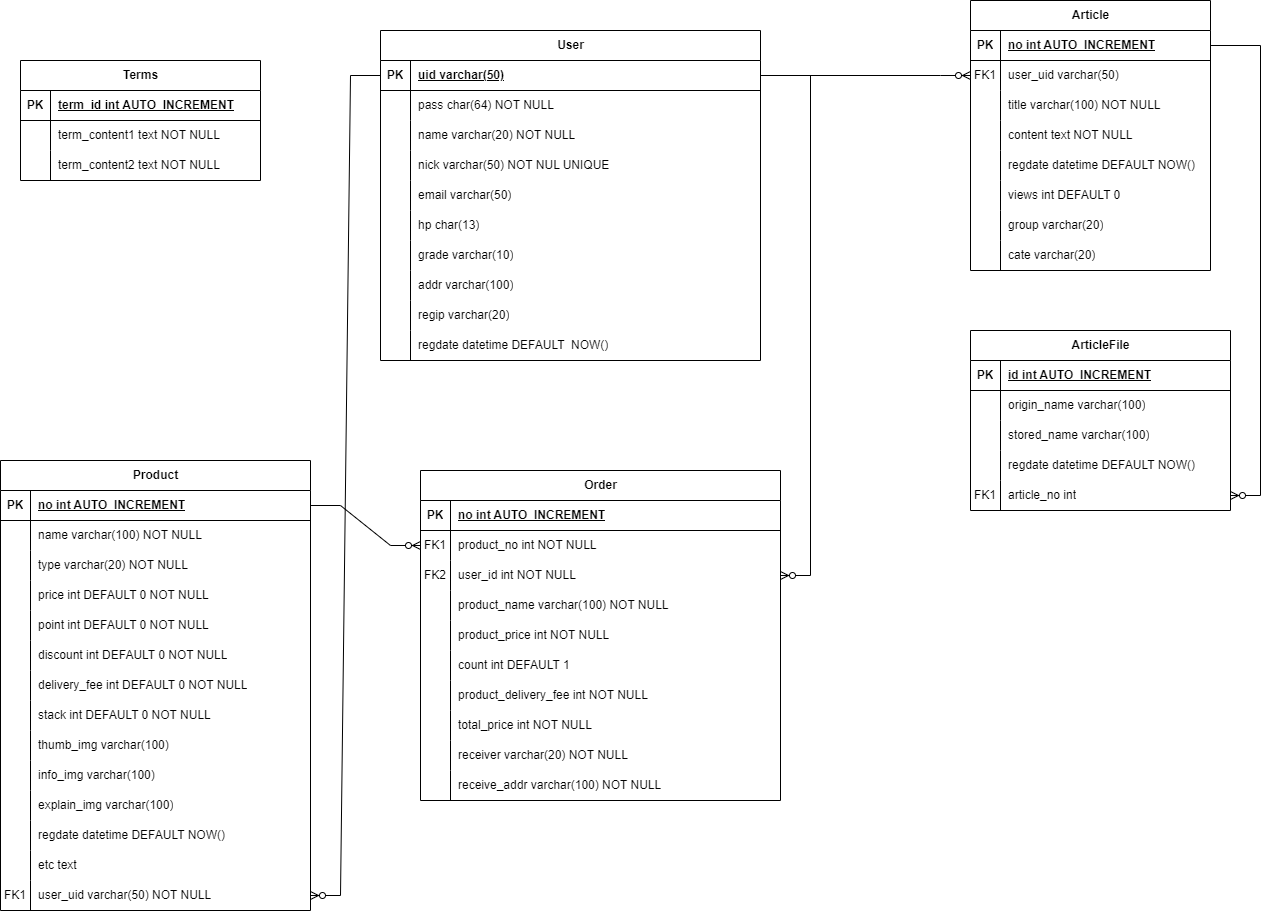
Before: Farmstory_JSP/docs/FarmStory.drawio.png, a diagram exported from draw.io (Dangi90/team5). Source tidied: cells renumbered, new cells last; positions are measured from the earlier drawing's top-left corner, leaving out a move shared by most shapes.
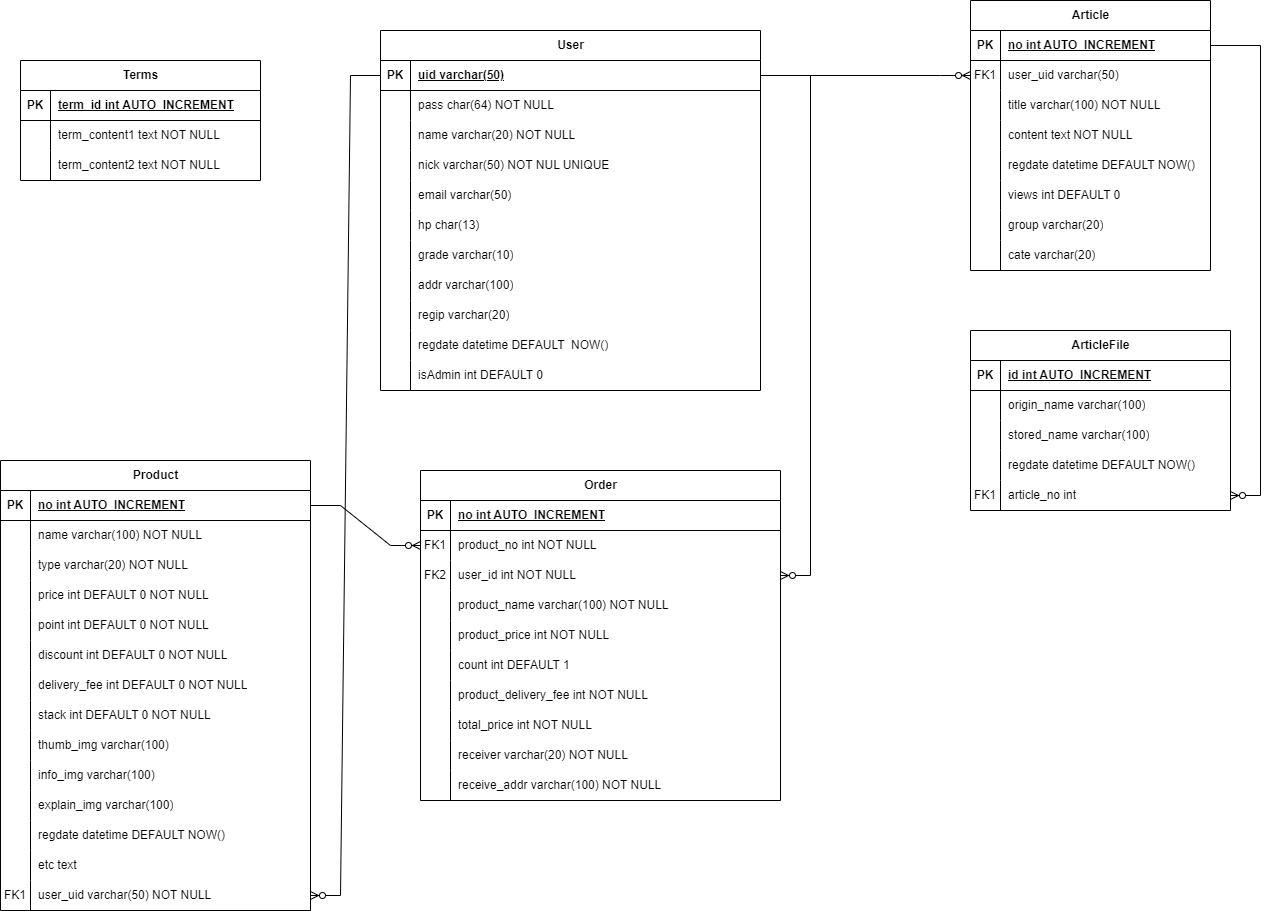
The same file after the commit.

Commit message:
erd 이미지 업데이트

The edit, as a diff of the source:
```diff
@@ -33,7 +33,7 @@
       <mxGeometry x="30" width="210" height="30" as="geometry" />
     </mxCell>
     <mxCell id="12" value="User" style="shape=table;startSize=30;rowLines=0;fontStyle=1;align=center;html=1;" parent="1" vertex="1">
-      <mxGeometry x="380" y="30" width="380" height="330" as="geometry" />
+      <mxGeometry x="380" y="30" width="380" height="360" as="geometry" />
     </mxCell>
     <mxCell id="13" style="shape=tableRow;horizontal=0;startSize=0;swimlaneHead=0;swimlaneBody=0;fillColor=none;points=[[0,0.5],[1,0.5]];portConstraint=eastwest;top=0;left=0;right=0;bottom=1;" parent="12" vertex="1">
       <mxGeometry y="30" width="380" height="30" as="geometry" />
@@ -125,6 +125,15 @@
     <mxCell id="42" value="regdate datetime DEFAULT&amp;nbsp; NOW()" style="shape=partialRectangle;fillColor=none;top=0;left=0;bottom=0;right=0;align=left;spacingLeft=6;overflow=hidden;whiteSpace=wrap;html=1;" parent="40" vertex="1">
       <mxGeometry x="30" width="350" height="30" as="geometry" />
     </mxCell>
+    <mxCell id="163" style="shape=tableRow;horizontal=0;startSize=0;swimlaneHead=0;swimlaneBody=0;fillColor=none;top=0;left=0;right=0;bottom=0;" parent="12" vertex="1">
+      <mxGeometry y="330" width="380" height="30" as="geometry" />
+    </mxCell>
+    <mxCell id="164" style="shape=partialRectangle;fillColor=none;top=0;left=0;bottom=0;right=0;overflow=hidden;whiteSpace=wrap;html=1;" parent="163" vertex="1">
+      <mxGeometry width="30" height="30" as="geometry" />
+    </mxCell>
+    <mxCell id="165" value="isAdmin int DEFAULT 0" style="shape=partialRectangle;fillColor=none;top=0;left=0;bottom=0;right=0;align=left;spacingLeft=6;overflow=hidden;whiteSpace=wrap;html=1;" parent="163" vertex="1">
+      <mxGeometry x="30" width="350" height="30" as="geometry" />
+    </mxCell>
     <mxCell id="43" value="Article" style="shape=table;startSize=30;rowLines=0;fontStyle=1;align=center;html=1;" parent="1" vertex="1">
       <mxGeometry x="970" width="240" height="270" as="geometry" />
     </mxCell>
```
